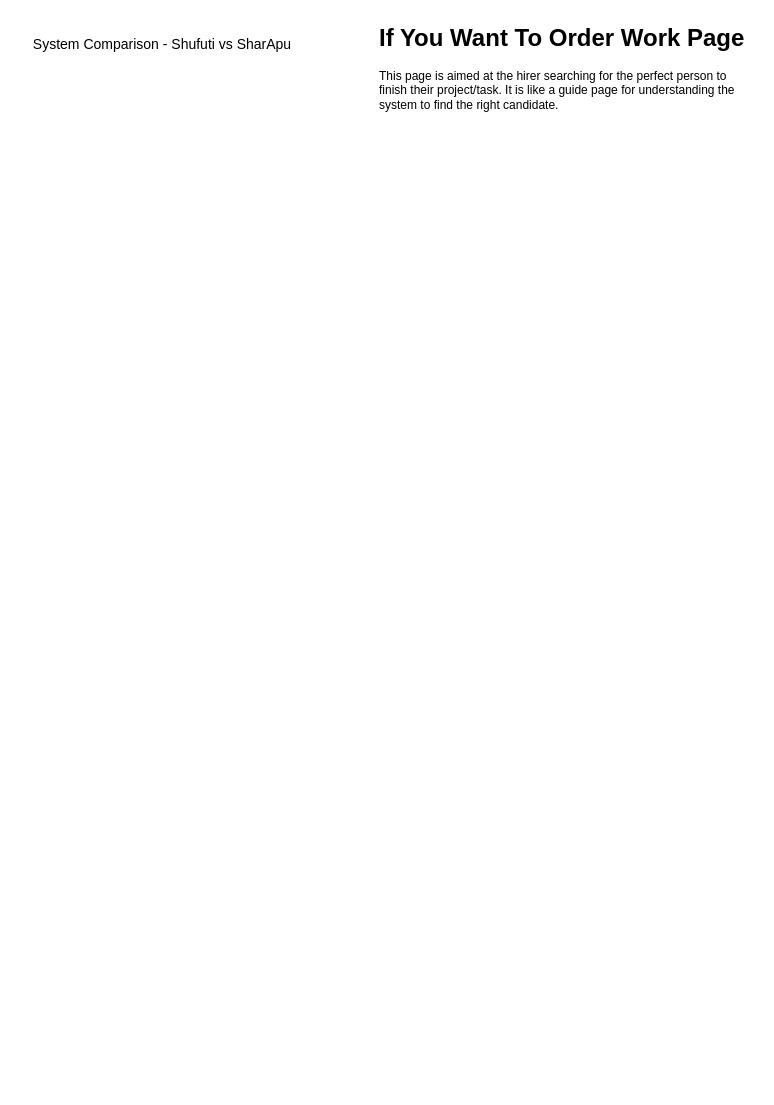
Earlier version of the draw.io diagram System Comparison - Shufuti vs SharApu/IfYouWantToOrderWork.drawio (SumaiyaTarannumNoor/SharApu-Job-Portal). Source tidied: cells renumbered, new cells numbered last; positions are measured from the earlier drawing's top-left corner, leaving out a move shared by most shapes. Both pictures are drawn from the tidied source at 100%, with x=0, y=0 at pixel (27, 17).
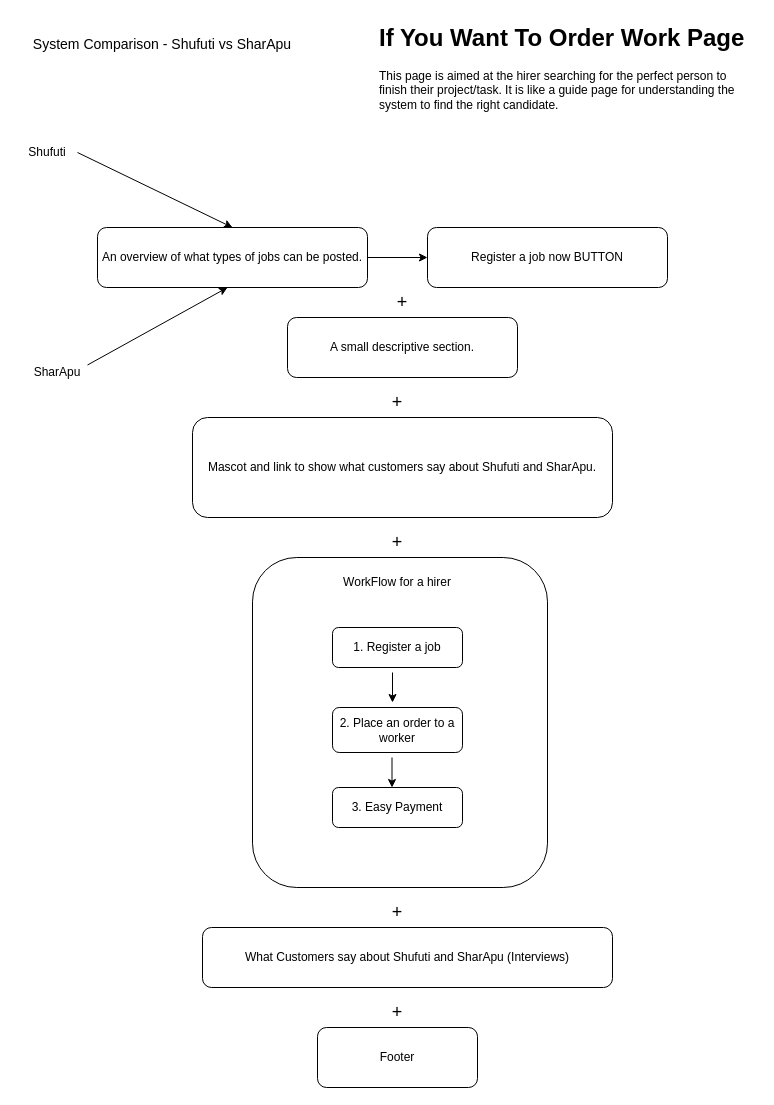
Above is the later version.

The edit, as a diff of the source:
```diff
@@
+    <mxCell id="4" value="Shufuti" style="text;html=1;align=center;verticalAlign=middle;whiteSpace=wrap;rounded=0;" parent="1" vertex="1">
+      <mxGeometry x="-10" y="120" width="60" height="30" as="geometry" />
+    </mxCell>
+    <mxCell id="5" value="SharApu" style="text;html=1;align=center;verticalAlign=middle;whiteSpace=wrap;rounded=0;" parent="1" vertex="1">
+      <mxGeometry y="340" width="60" height="30" as="geometry" />
+    </mxCell>
+    <mxCell id="6" value="An overview of what types of jobs can be posted." style="rounded=1;whiteSpace=wrap;html=1;" parent="1" vertex="1">
+      <mxGeometry x="70" y="210" width="270" height="60" as="geometry" />
+    </mxCell>
+    <mxCell id="7" style="endArrow=classic;html=1;rounded=0;entryX=0.5;entryY=0;entryDx=0;entryDy=0;exitX=1;exitY=0.5;exitDx=0;exitDy=0;" parent="1" edge="1" source="4" target="6">
+      <mxGeometry relative="1" as="geometry" />
+    </mxCell>
+    <mxCell id="8" style="endArrow=classic;html=1;rounded=0;exitX=1;exitY=0.25;exitDx=0;exitDy=0;" parent="1" edge="1" source="5">
+      <mxGeometry relative="1" as="geometry">
+        <mxPoint x="200" y="270" as="targetPoint" />
+      </mxGeometry>
+    </mxCell>
+    <mxCell id="9" style="endArrow=classic;html=1;rounded=0;" parent="1" edge="1">
+      <mxGeometry relative="1" as="geometry">
+        <mxPoint x="340" y="240" as="sourcePoint" />
+        <mxPoint x="400" y="240" as="targetPoint" />
+      </mxGeometry>
+    </mxCell>
+    <mxCell id="10" value="Register a job now BUTTON" style="rounded=1;whiteSpace=wrap;html=1;" parent="1" vertex="1">
+      <mxGeometry x="400" y="210" width="240" height="60" as="geometry" />
+    </mxCell>
+    <mxCell id="11" value="&lt;font style=&quot;font-size: 18px;&quot;&gt;+&lt;/font&gt;" style="text;html=1;align=center;verticalAlign=middle;whiteSpace=wrap;rounded=0;" parent="1" vertex="1">
+      <mxGeometry x="345" y="270" width="60" height="30" as="geometry" />
+    </mxCell>
+    <mxCell id="12" value="A small descriptive section." style="rounded=1;whiteSpace=wrap;html=1;" parent="1" vertex="1">
+      <mxGeometry x="260" y="300" width="230" height="60" as="geometry" />
+    </mxCell>
+    <mxCell id="13" value="&lt;font style=&quot;font-size: 18px;&quot;&gt;+&lt;/font&gt;" style="text;html=1;align=center;verticalAlign=middle;whiteSpace=wrap;rounded=0;" parent="1" vertex="1">
+      <mxGeometry x="340" y="370" width="60" height="30" as="geometry" />
+    </mxCell>
+    <mxCell id="14" value="Mascot and link to show what customers say about Shufuti and SharApu." style="rounded=1;whiteSpace=wrap;html=1;" parent="1" vertex="1">
+      <mxGeometry x="165" y="400" width="420" height="100" as="geometry" />
+    </mxCell>
+    <mxCell id="15" value="&lt;font style=&quot;font-size: 18px;&quot;&gt;+&lt;/font&gt;" style="text;html=1;align=center;verticalAlign=middle;whiteSpace=wrap;rounded=0;" parent="1" vertex="1">
+      <mxGeometry x="340" y="510" width="60" height="30" as="geometry" />
+    </mxCell>
+    <mxCell id="16" style="rounded=1;whiteSpace=wrap;html=1;" parent="1" vertex="1">
+      <mxGeometry x="225" y="540" width="295" height="330" as="geometry" />
+    </mxCell>
+    <mxCell id="17" value="WorkFlow for a hirer" style="text;html=1;align=center;verticalAlign=middle;whiteSpace=wrap;rounded=0;" parent="1" vertex="1">
+      <mxGeometry x="305" y="550" width="130" height="30" as="geometry" />
+    </mxCell>
+    <mxCell id="18" value="1. Register a job" style="rounded=1;whiteSpace=wrap;html=1;" parent="1" vertex="1">
+      <mxGeometry x="305" y="610" width="130" height="40" as="geometry" />
+    </mxCell>
+    <mxCell id="19" value="2. Place an order to a worker" style="rounded=1;whiteSpace=wrap;html=1;" parent="1" vertex="1">
+      <mxGeometry x="305" y="690" width="130" height="45" as="geometry" />
+    </mxCell>
+    <mxCell id="20" value="3. Easy Payment" style="rounded=1;whiteSpace=wrap;html=1;" parent="1" vertex="1">
+      <mxGeometry x="305" y="770" width="130" height="40" as="geometry" />
+    </mxCell>
+    <mxCell id="21" style="endArrow=classic;html=1;rounded=0;" parent="1" edge="1">
+      <mxGeometry relative="1" as="geometry">
+        <mxPoint x="365" y="655" as="sourcePoint" />
+        <mxPoint x="365" y="685" as="targetPoint" />
+      </mxGeometry>
+    </mxCell>
+    <mxCell id="22" style="endArrow=classic;html=1;rounded=0;" parent="1" edge="1">
+      <mxGeometry relative="1" as="geometry">
+        <mxPoint x="364.5" y="740" as="sourcePoint" />
+        <mxPoint x="364.5" y="770" as="targetPoint" />
+      </mxGeometry>
+    </mxCell>
+    <mxCell id="23" value="&lt;font style=&quot;font-size: 18px;&quot;&gt;+&lt;/font&gt;" style="text;html=1;align=center;verticalAlign=middle;whiteSpace=wrap;rounded=0;" parent="1" vertex="1">
+      <mxGeometry x="340" y="880" width="60" height="30" as="geometry" />
+    </mxCell>
+    <mxCell id="24" value="What Customers say about Shufuti and SharApu (Interviews)" style="rounded=1;whiteSpace=wrap;html=1;" parent="1" vertex="1">
+      <mxGeometry x="175" y="910" width="410" height="60" as="geometry" />
+    </mxCell>
+    <mxCell id="25" value="&lt;font style=&quot;font-size: 18px;&quot;&gt;+&lt;/font&gt;" style="text;html=1;align=center;verticalAlign=middle;whiteSpace=wrap;rounded=0;" parent="1" vertex="1">
+      <mxGeometry x="340" y="980" width="60" height="30" as="geometry" />
+    </mxCell>
+    <mxCell id="26" value="Footer" style="rounded=1;whiteSpace=wrap;html=1;" parent="1" vertex="1">
+      <mxGeometry x="290" y="1010" width="160" height="60" as="geometry" />
+    </mxCell>
```
